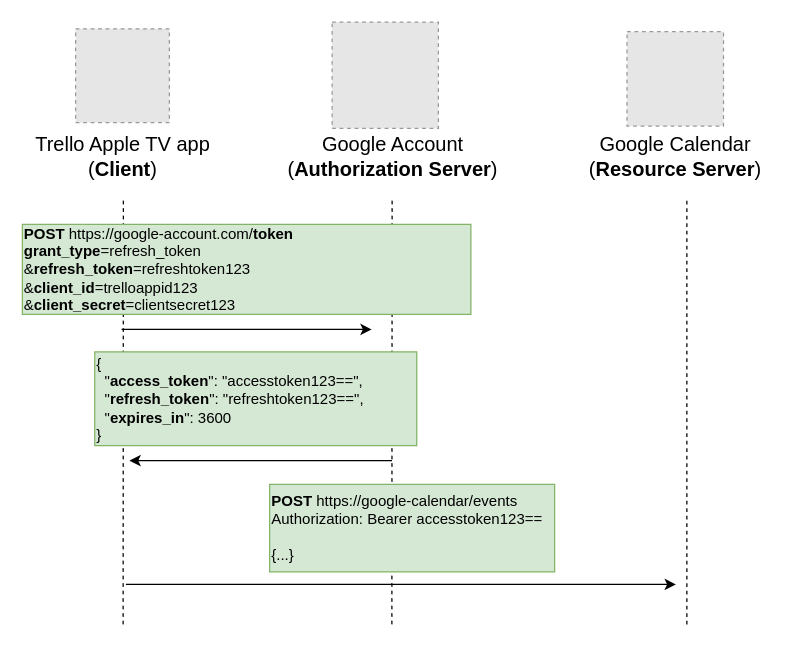
Above: page "Refresh token" (7 of 12) of notes/oauth2-and-openid-connect/diagrams/oauth2.drawio in labarilem/notes (draw.io), before the change. Source tidied: cells renumbered, new cells numbered last; positions are measured from the earlier drawing's top-left corner, leaving out a move shared by most shapes. Both pictures are drawn from the tidied source at 125%, with x=0, y=0 at pixel (21, 21). Pictures stored in the file or linked from it are replaced by grey dashed boxes.
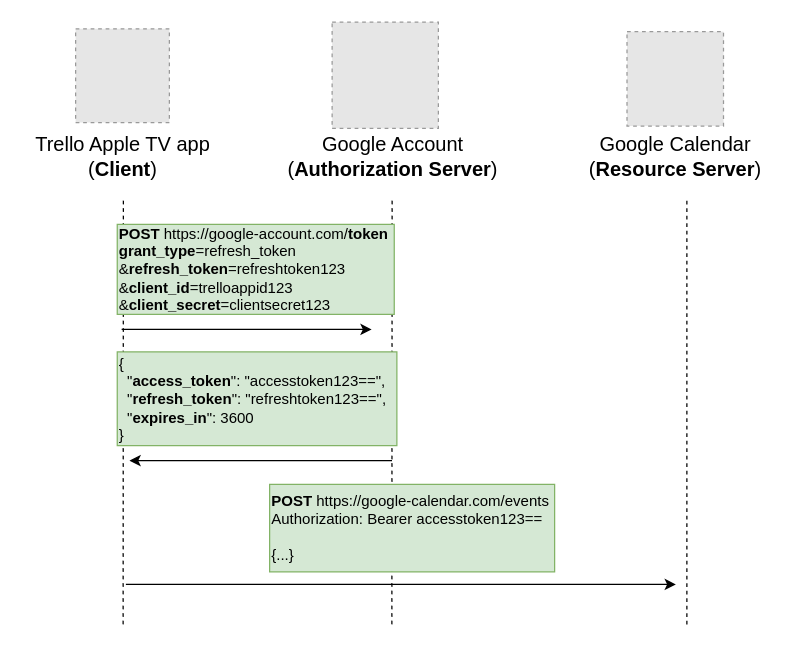
The same diagram, later.

What changed in the source:
```diff
@@
     <mxCell id="11" value="&lt;div&gt;&lt;div style=&quot;white-space: normal&quot;&gt;&lt;b&gt;POST&lt;/b&gt;&amp;nbsp;https://google-account.com/&lt;b&gt;token&lt;/b&gt;&lt;/div&gt;&lt;div&gt;&lt;b style=&quot;white-space: normal&quot;&gt;grant_type&lt;/b&gt;&lt;span style=&quot;white-space: normal&quot;&gt;=refresh_token&lt;br&gt;&lt;/span&gt;&amp;amp;&lt;b&gt;refresh_token&lt;/b&gt;=refreshtoken123&lt;/div&gt;&lt;div style=&quot;white-space: normal&quot;&gt;&lt;span&gt;&amp;amp;&lt;/span&gt;&lt;b&gt;client_id&lt;/b&gt;&lt;span&gt;=trelloappid123&lt;/span&gt;&lt;br&gt;&lt;/div&gt;&lt;div style=&quot;white-space: normal&quot;&gt;&amp;amp;&lt;b&gt;client_secret&lt;/b&gt;=&lt;span&gt;clientsecret123&lt;/span&gt;&lt;br&gt;&lt;/div&gt;&lt;/div&gt;" style="rounded=0;whiteSpace=wrap;html=1;align=left;labelBackgroundColor=none;fillColor=#d5e8d4;strokeColor=#82b366;" parent="1" vertex="1">
-      <mxGeometry x="0.4" y="162" width="358.8" height="72" as="geometry" />
+      <mxGeometry x="76.3" y="162" width="221.6" height="72" as="geometry" />
     </mxCell>
@@
     <mxCell id="13" value="&lt;div style=&quot;white-space: normal&quot;&gt;&lt;div&gt;{&lt;/div&gt;&lt;div&gt;&amp;nbsp; &quot;&lt;b&gt;access_token&lt;/b&gt;&quot;: &quot;accesstoken123==&quot;,&lt;/div&gt;&lt;div&gt;&amp;nbsp; &quot;&lt;b&gt;refresh_token&lt;/b&gt;&quot;: &quot;refreshtoken123==&quot;,&lt;/div&gt;&lt;div&gt;&lt;span&gt;&amp;nbsp; &quot;&lt;/span&gt;&lt;b&gt;expires_in&lt;/b&gt;&lt;span&gt;&quot;: 3600&lt;/span&gt;&lt;br&gt;&lt;/div&gt;&lt;div&gt;}&lt;/div&gt;&lt;/div&gt;" style="rounded=0;whiteSpace=wrap;html=1;align=left;labelBackgroundColor=none;fillColor=#d5e8d4;strokeColor=#82b366;" parent="1" vertex="1">
-      <mxGeometry x="58.3" y="264" width="257.6" height="75" as="geometry" />
+      <mxGeometry x="76.3" y="264" width="223.7" height="75" as="geometry" />
     </mxCell>
@@
-    <mxCell id="15" value="&lt;b&gt;POST&lt;/b&gt; https://google-calendar/events&lt;br&gt;&lt;div&gt;&lt;span&gt;Authorization: Bearer accesstoken123==&lt;/span&gt;&lt;/div&gt;&lt;div&gt;&lt;span&gt;&lt;br&gt;&lt;/span&gt;&lt;/div&gt;&lt;div&gt;&lt;span&gt;{...}&lt;/span&gt;&lt;/div&gt;" style="rounded=0;whiteSpace=wrap;html=1;labelBackgroundColor=none;align=left;fillColor=#d5e8d4;strokeColor=#82b366;" parent="1" vertex="1">
+    <mxCell id="15" value="&lt;b&gt;POST&lt;/b&gt; https://google-calendar.com/events&lt;br&gt;&lt;div&gt;&lt;span&gt;Authorization: Bearer accesstoken123==&lt;/span&gt;&lt;/div&gt;&lt;div&gt;&lt;span&gt;&lt;br&gt;&lt;/span&gt;&lt;/div&gt;&lt;div&gt;&lt;span&gt;{...}&lt;/span&gt;&lt;/div&gt;" style="rounded=0;whiteSpace=wrap;html=1;labelBackgroundColor=none;align=left;fillColor=#d5e8d4;strokeColor=#82b366;" parent="1" vertex="1">
       <mxGeometry x="198.2" y="370" width="228" height="70" as="geometry" />
     </mxCell>
```
